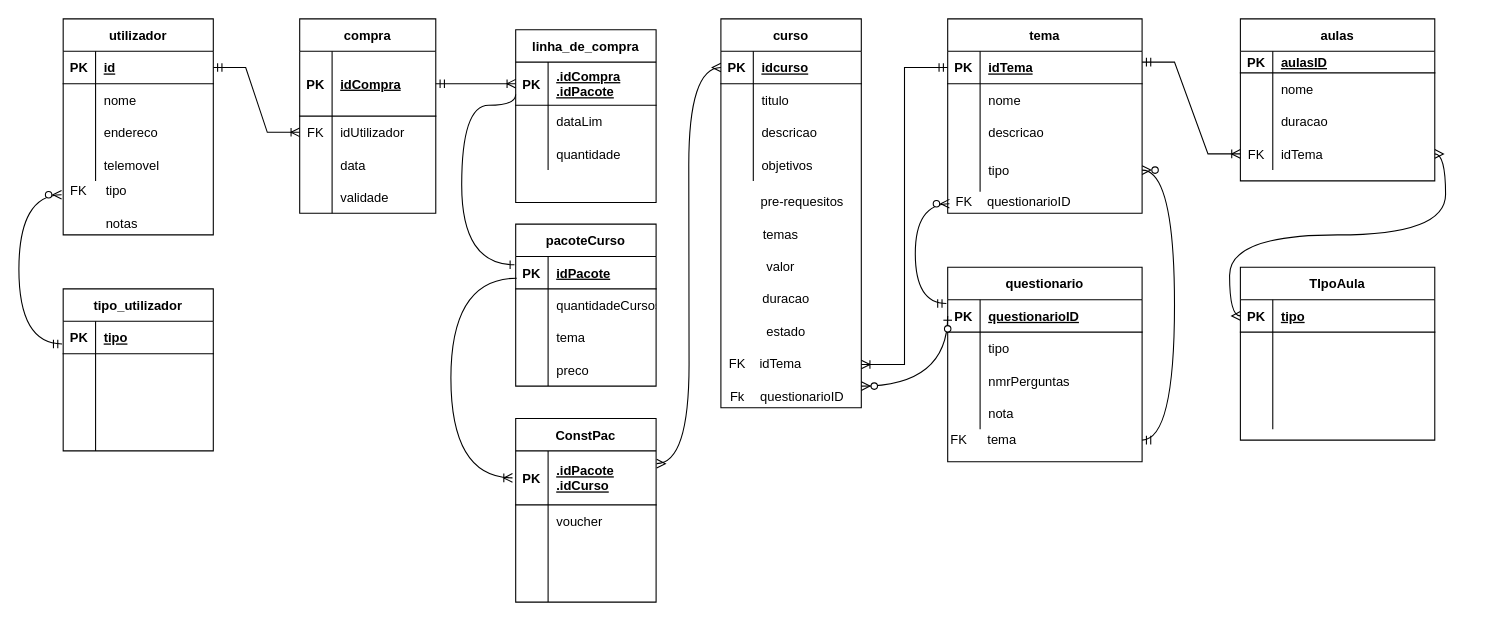
Above: baseDeDados.drawio in Fabiomesquita10/stuff (draw.io), before the change. Source tidied: cells renumbered, new cells numbered last; positions are measured from the earlier drawing's top-left corner, leaving out a move shared by most shapes. Both pictures are drawn from the tidied source at 108%, with x=0, y=0 at pixel (18, 18).
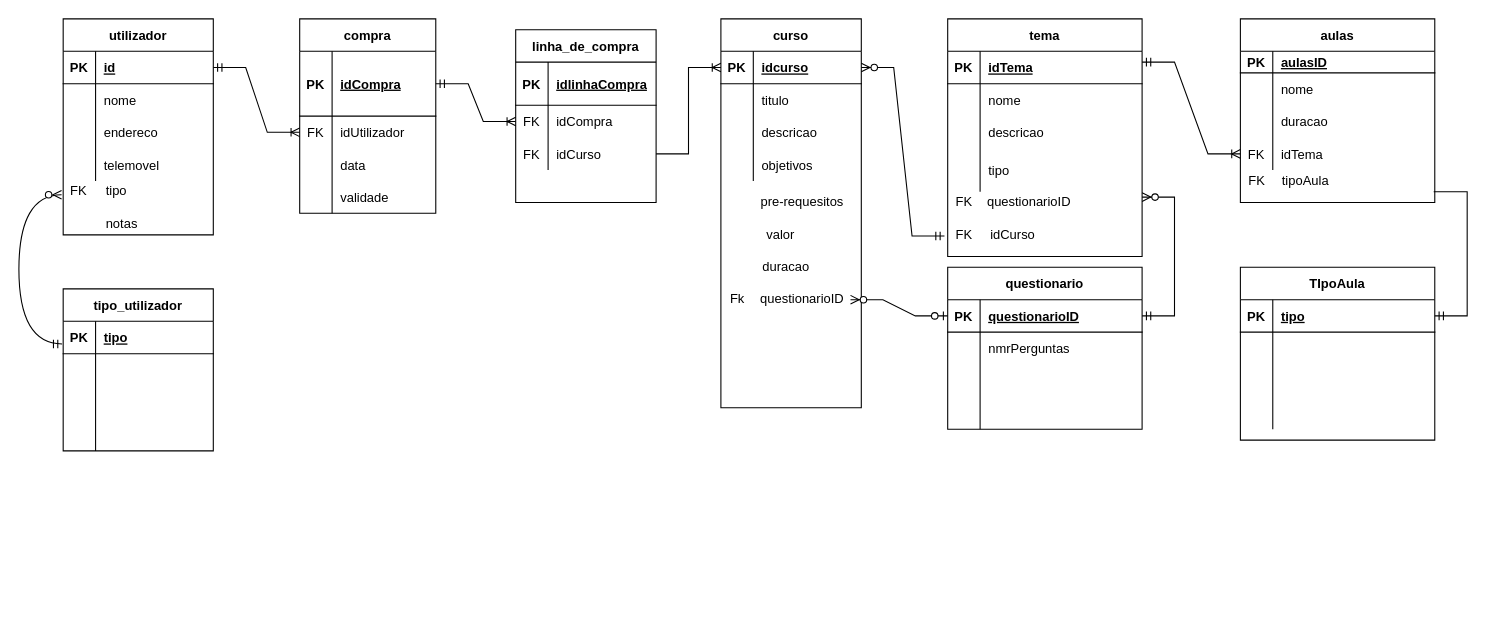
The same page after the edit.

The change refers to these unchanged cells:
```xml
<mxCell id="16" style="shape=partialRectangle;fillColor=none;top=0;left=0;bottom=1;right=0;points=[[0,0.5],[1,0.5]];portConstraint=eastwest;" parent="15" vertex="1">
  <mxGeometry y="30" width="130" height="30" as="geometry" />
</mxCell>
<mxCell id="50" style="shape=partialRectangle;fillColor=none;top=0;left=0;bottom=1;right=0;points=[[0,0.5],[1,0.5]];portConstraint=eastwest;" parent="49" vertex="1">
  <mxGeometry y="30" width="126" height="60" as="geometry" />
</mxCell>
<mxCell id="63" style="shape=partialRectangle;fillColor=none;top=0;left=0;bottom=1;right=0;points=[[0,0.5],[1,0.5]];portConstraint=eastwest;" parent="62" vertex="1">
  <mxGeometry y="30" width="130" height="40" as="geometry" />
</mxCell>
<mxCell id="66" style="shape=partialRectangle;fillColor=none;top=0;left=0;bottom=0;right=0;points=[[0,0.5],[1,0.5]];portConstraint=eastwest;" parent="62" vertex="1">
  <mxGeometry y="70" width="130" height="30" as="geometry" />
</mxCell>
<mxCell id="69" style="shape=partialRectangle;fillColor=none;top=0;left=0;bottom=0;right=0;points=[[0,0.5],[1,0.5]];portConstraint=eastwest;" parent="62" vertex="1">
  <mxGeometry y="100" width="130" height="30" as="geometry" />
</mxCell>
<mxCell id="75" style="shape=partialRectangle;fillColor=none;top=0;left=0;bottom=1;right=0;points=[[0,0.5],[1,0.5]];portConstraint=eastwest;" parent="74" vertex="1">
  <mxGeometry y="30" width="180" height="30" as="geometry" />
</mxCell>
<mxCell id="84" style="shape=partialRectangle;fillColor=none;top=0;left=0;bottom=0;right=0;points=[[0,0.5],[1,0.5]];portConstraint=eastwest;" parent="74" vertex="1">
  <mxGeometry y="120" width="180" height="40" as="geometry" />
</mxCell>
<mxCell id="97" style="shape=partialRectangle;fillColor=none;top=0;left=0;bottom=0;right=0;points=[[0,0.5],[1,0.5]];portConstraint=eastwest;" parent="87" vertex="1">
  <mxGeometry y="110" width="180" height="30" as="geometry" />
</mxCell>
<mxCell id="101" style="shape=partialRectangle;fillColor=none;top=0;left=0;bottom=1;right=0;points=[[0,0.5],[1,0.5]];portConstraint=eastwest;" parent="100" vertex="1">
  <mxGeometry y="30" width="180" height="30" as="geometry" />
</mxCell>
<mxCell id="119" style="shape=partialRectangle;fillColor=none;top=0;left=0;bottom=1;right=0;points=[[0,0.5],[1,0.5]];portConstraint=eastwest;" parent="118" vertex="1">
  <mxGeometry y="30" width="180" height="30" as="geometry" />
</mxCell>
<mxCell id="122" style="shape=partialRectangle;fillColor=none;top=0;left=0;bottom=0;right=0;" parent="118" vertex="1">
  <mxGeometry y="60" width="180" height="30" as="geometry" />
</mxCell>
<mxCell id="125" style="shape=partialRectangle;fillColor=none;top=0;left=0;bottom=0;right=0;" parent="118" vertex="1">
  <mxGeometry y="90" width="180" height="30" as="geometry" />
</mxCell>
<mxCell id="128" style="shape=partialRectangle;fillColor=none;top=0;left=0;bottom=0;right=0;" parent="118" vertex="1">
  <mxGeometry y="120" width="180" height="30" as="geometry" />
</mxCell>
<mxCell id="132" value="FK" style="text;html=1;align=center;verticalAlign=middle;points=[];strokeColor=none;fillColor=none;" parent="1" vertex="1">
  <mxGeometry x="860" y="160" width="30" height="20" as="geometry" />
</mxCell>
```

The edit, as a diff of the source:
```diff
@@
-    <mxCell id="29" value="temas" style="text;html=1;align=center;verticalAlign=middle;strokeColor=none;fillColor=none;" parent="1" vertex="1">
-      <mxGeometry x="680" y="190" width="50" height="20" as="geometry" />
-    </mxCell>
     <mxCell id="30" value="duracao" style="text;html=1;align=center;verticalAlign=middle;strokeColor=none;fillColor=none;" parent="1" vertex="1">
-      <mxGeometry x="680" y="250" width="60" height="20" as="geometry" />
+      <mxGeometry x="680" y="220" width="60" height="20" as="geometry" />
     </mxCell>
     <mxCell id="31" value="valor" style="text;html=1;align=center;verticalAlign=middle;strokeColor=none;fillColor=none;" parent="1" vertex="1">
-      <mxGeometry x="685" y="220" width="40" height="20" as="geometry" />
+      <mxGeometry x="685" y="190" width="40" height="20" as="geometry" />
     </mxCell>
-    <mxCell id="32" value="estado" style="text;html=1;align=center;verticalAlign=middle;strokeColor=none;fillColor=none;" parent="1" vertex="1">
-      <mxGeometry x="685" y="280" width="50" height="20" as="geometry" />
-    </mxCell>
@@
-    <mxCell id="65" value=".idCompra&#10;.idPacote" style="shape=partialRectangle;fillColor=none;top=0;left=0;bottom=0;right=0;align=left;spacingLeft=6;fontStyle=5;overflow=hidden;" parent="63" vertex="1">
+    <mxCell id="65" value="idlinhaCompra" style="shape=partialRectangle;fillColor=none;top=0;left=0;bottom=0;right=0;align=left;spacingLeft=6;fontStyle=5;overflow=hidden;" parent="63" vertex="1">
       <mxGeometry x="30" width="100" height="40" as="geometry" />
     </mxCell>
@@
-    <mxCell id="67" style="shape=partialRectangle;fillColor=none;top=0;left=0;bottom=0;right=0;overflow=hidden;" parent="66" vertex="1">
+    <mxCell id="67" value="FK" style="shape=partialRectangle;fillColor=none;top=0;left=0;bottom=0;right=0;overflow=hidden;" parent="66" vertex="1">
       <mxGeometry width="30" height="30" as="geometry" />
     </mxCell>
-    <mxCell id="68" value="dataLim" style="shape=partialRectangle;fillColor=none;top=0;left=0;bottom=0;right=0;align=left;spacingLeft=6;overflow=hidden;" parent="66" vertex="1">
+    <mxCell id="68" value="idCompra" style="shape=partialRectangle;fillColor=none;top=0;left=0;bottom=0;right=0;align=left;spacingLeft=6;overflow=hidden;" parent="66" vertex="1">
       <mxGeometry x="30" width="100" height="30" as="geometry" />
     </mxCell>
@@
-    <mxCell id="70" style="shape=partialRectangle;fillColor=none;top=0;left=0;bottom=0;right=0;overflow=hidden;" parent="69" vertex="1">
+    <mxCell id="70" value="FK" style="shape=partialRectangle;fillColor=none;top=0;left=0;bottom=0;right=0;overflow=hidden;" parent="69" vertex="1">
       <mxGeometry width="30" height="30" as="geometry" />
     </mxCell>
-    <mxCell id="71" value="quantidade" style="shape=partialRectangle;fillColor=none;top=0;left=0;bottom=0;right=0;align=left;spacingLeft=6;overflow=hidden;" parent="69" vertex="1">
+    <mxCell id="71" value="idCurso" style="shape=partialRectangle;fillColor=none;top=0;left=0;bottom=0;right=0;align=left;spacingLeft=6;overflow=hidden;" parent="69" vertex="1">
       <mxGeometry x="30" width="100" height="30" as="geometry" />
     </mxCell>
@@
-    <mxCell id="73" style="edgeStyle=entityRelationEdgeStyle;fontSize=12;html=1;endArrow=ERoneToMany;startArrow=ERmandOne;rounded=0;entryX=0;entryY=0.5;entryDx=0;entryDy=0;" parent="1" edge="1" source="50" target="63">
+    <mxCell id="73" style="edgeStyle=entityRelationEdgeStyle;fontSize=12;html=1;endArrow=ERoneToMany;startArrow=ERmandOne;rounded=0;entryX=0;entryY=0.5;entryDx=0;entryDy=0;" parent="1" edge="1" source="50" target="66">
       <mxGeometry relative="1" as="geometry" />
     </mxCell>
     <mxCell id="74" value="tema" style="shape=table;startSize=30;childLayout=tableLayout;rowLines=0;fontStyle=1;align=center;" parent="1" vertex="1">
-      <mxGeometry x="860" width="180" height="180" as="geometry" />
+      <mxGeometry x="860" width="180" height="220" as="geometry" />
     </mxCell>
@@
     <mxCell id="87" value="aulas" style="shape=table;startSize=30;childLayout=tableLayout;rowLines=0;fontStyle=1;align=center;" parent="1" vertex="1">
-      <mxGeometry x="1131" width="180" height="150" as="geometry" />
+      <mxGeometry x="1131" width="180" height="170" as="geometry" />
     </mxCell>
@@
-    <mxCell id="113" value="idTema" style="text;html=1;align=center;verticalAlign=middle;strokeColor=none;fillColor=none;" parent="1" vertex="1">
-      <mxGeometry x="680" y="310" width="50" height="20" as="geometry" />
-    </mxCell>
-    <mxCell id="114" value="FK" style="text;html=1;align=center;verticalAlign=middle;strokeColor=none;fillColor=none;" parent="1" vertex="1">
-      <mxGeometry x="650" y="310" width="30" height="20" as="geometry" />
-    </mxCell>
-    <mxCell id="115" style="edgeStyle=elbowEdgeStyle;fontSize=12;html=1;endArrow=ERoneToMany;startArrow=ERmandOne;rounded=0;exitX=0;exitY=0.5;exitDx=0;exitDy=0;" parent="1" edge="1" source="75">
-      <mxGeometry relative="1" as="geometry">
-        <mxPoint x="780" y="320" as="targetPoint" />
-      </mxGeometry>
-    </mxCell>
@@
-    <mxCell id="117" style="edgeStyle=orthogonalEdgeStyle;fontSize=12;html=1;endArrow=ERmany;startArrow=ERmany;rounded=0;exitX=0;exitY=0.5;exitDx=0;exitDy=0;entryX=1;entryY=0.5;entryDx=0;entryDy=0;curved=1;" parent="1" edge="1" source="101" target="97">
-      <mxGeometry relative="1" as="geometry" />
-    </mxCell>
     <mxCell id="118" value="questionario" style="shape=table;startSize=30;childLayout=tableLayout;rowLines=0;fontStyle=1;align=center;" parent="1" vertex="1">
-      <mxGeometry x="860" y="230" width="180" height="180" as="geometry" />
+      <mxGeometry x="860" y="230" width="180" height="150" as="geometry" />
     </mxCell>
@@
-    <mxCell id="124" value="tipo" style="shape=partialRectangle;fillColor=none;top=0;left=0;bottom=0;right=0;align=left;spacingLeft=6;overflow=hidden;" parent="122" vertex="1">
+    <mxCell id="124" value="nmrPerguntas" style="shape=partialRectangle;fillColor=none;top=0;left=0;bottom=0;right=0;align=left;spacingLeft=6;overflow=hidden;" parent="122" vertex="1">
       <mxGeometry x="30" width="150" height="30" as="geometry" />
     </mxCell>
@@
-    <mxCell id="127" value="nmrPerguntas" style="shape=partialRectangle;fillColor=none;top=0;left=0;bottom=0;right=0;align=left;spacingLeft=6;overflow=hidden;" parent="125" vertex="1">
+    <mxCell id="127" style="shape=partialRectangle;fillColor=none;top=0;left=0;bottom=0;right=0;align=left;spacingLeft=6;overflow=hidden;" parent="125" vertex="1">
       <mxGeometry x="30" width="150" height="30" as="geometry" />
     </mxCell>
@@
-    <mxCell id="130" value="nota" style="shape=partialRectangle;fillColor=none;top=0;left=0;bottom=0;right=0;align=left;spacingLeft=6;overflow=hidden;" parent="128" vertex="1">
+    <mxCell id="130" style="shape=partialRectangle;fillColor=none;top=0;left=0;bottom=0;right=0;align=left;spacingLeft=6;overflow=hidden;" parent="128" vertex="1">
       <mxGeometry x="30" width="150" height="30" as="geometry" />
     </mxCell>
@@
-    <mxCell id="133" style="edgeStyle=orthogonalEdgeStyle;fontSize=12;html=1;endArrow=ERzeroToMany;startArrow=ERmandOne;rounded=0;elbow=vertical;exitX=-0.007;exitY=0.117;exitDx=0;exitDy=0;entryX=0.053;entryY=0.555;entryDx=0;entryDy=0;entryPerimeter=0;curved=1;exitPerimeter=0;" parent="1" edge="1" source="119" target="132">
-      <mxGeometry relative="1" as="geometry">
-        <Array as="points">
-          <mxPoint x="830" y="264" />
-          <mxPoint x="830" y="171" />
-        </Array>
-      </mxGeometry>
-    </mxCell>
     <mxCell id="134" value="Fk" style="text;html=1;align=center;verticalAlign=middle;strokeColor=none;fillColor=none;" parent="1" vertex="1">
-      <mxGeometry x="650" y="340" width="30" height="20" as="geometry" />
+      <mxGeometry x="650" y="250" width="30" height="20" as="geometry" />
     </mxCell>
     <mxCell id="135" value="questionarioID" style="text;html=1;align=center;verticalAlign=middle;points=[];strokeColor=none;fillColor=none;" parent="1" vertex="1">
-      <mxGeometry x="680" y="340" width="90" height="20" as="geometry" />
+      <mxGeometry x="680" y="250" width="90" height="20" as="geometry" />
     </mxCell>
@@
-    <mxCell id="137" value="pacoteCurso" style="shape=table;startSize=30;childLayout=tableLayout;rowLines=0;fontStyle=1;align=center;" parent="1" vertex="1">
-      <mxGeometry x="460" y="190" width="130" height="150" as="geometry" />
-    </mxCell>
-    <mxCell id="138" style="shape=partialRectangle;fillColor=none;top=0;left=0;bottom=1;right=0;points=[[0,0.5],[1,0.5]];portConstraint=eastwest;" parent="137" vertex="1">
-      <mxGeometry y="30" width="130" height="30" as="geometry" />
-    </mxCell>
-    <mxCell id="139" value="PK" style="shape=partialRectangle;fillColor=none;top=0;left=0;bottom=0;right=0;fontStyle=1;overflow=hidden;" parent="138" vertex="1">
-      <mxGeometry width="30" height="30" as="geometry" />
-    </mxCell>
-    <mxCell id="140" value="idPacote" style="shape=partialRectangle;fillColor=none;top=0;left=0;bottom=0;right=0;align=left;spacingLeft=6;fontStyle=5;overflow=hidden;" parent="138" vertex="1">
-      <mxGeometry x="30" width="100" height="30" as="geometry" />
-    </mxCell>
-    <mxCell id="141" style="shape=partialRectangle;fillColor=none;top=0;left=0;bottom=0;right=0;" parent="137" vertex="1">
-      <mxGeometry y="60" width="130" height="30" as="geometry" />
-    </mxCell>
-    <mxCell id="142" style="shape=partialRectangle;fillColor=none;top=0;left=0;bottom=0;right=0;overflow=hidden;" parent="141" vertex="1">
-      <mxGeometry width="30" height="30" as="geometry" />
-    </mxCell>
-    <mxCell id="143" value="quantidadeCursos" style="shape=partialRectangle;fillColor=none;top=0;left=0;bottom=0;right=0;align=left;spacingLeft=6;overflow=hidden;" parent="141" vertex="1">
-      <mxGeometry x="30" width="100" height="30" as="geometry" />
-    </mxCell>
-    <mxCell id="144" style="shape=partialRectangle;fillColor=none;top=0;left=0;bottom=0;right=0;" parent="137" vertex="1">
-      <mxGeometry y="90" width="130" height="30" as="geometry" />
-    </mxCell>
-    <mxCell id="145" style="shape=partialRectangle;fillColor=none;top=0;left=0;bottom=0;right=0;overflow=hidden;" parent="144" vertex="1">
-      <mxGeometry width="30" height="30" as="geometry" />
-    </mxCell>
-    <mxCell id="146" value="tema" style="shape=partialRectangle;fillColor=none;top=0;left=0;bottom=0;right=0;align=left;spacingLeft=6;overflow=hidden;" parent="144" vertex="1">
-      <mxGeometry x="30" width="100" height="30" as="geometry" />
-    </mxCell>
-    <mxCell id="147" style="shape=partialRectangle;fillColor=none;top=0;left=0;bottom=0;right=0;" parent="137" vertex="1">
-      <mxGeometry y="120" width="130" height="30" as="geometry" />
-    </mxCell>
-    <mxCell id="148" style="shape=partialRectangle;fillColor=none;top=0;left=0;bottom=0;right=0;overflow=hidden;" parent="147" vertex="1">
-      <mxGeometry width="30" height="30" as="geometry" />
-    </mxCell>
-    <mxCell id="149" value="preco" style="shape=partialRectangle;fillColor=none;top=0;left=0;bottom=0;right=0;align=left;spacingLeft=6;overflow=hidden;" parent="147" vertex="1">
-      <mxGeometry x="30" width="100" height="30" as="geometry" />
-    </mxCell>
-    <mxCell id="150" style="edgeStyle=orthogonalEdgeStyle;fontSize=12;html=1;endArrow=ERzeroToMany;startArrow=ERzeroToOne;rounded=0;curved=1;elbow=vertical;exitX=0;exitY=0.5;exitDx=0;exitDy=0;" parent="1" edge="1" source="119">
-      <mxGeometry relative="1" as="geometry">
-        <mxPoint x="780" y="340" as="targetPoint" />
-        <Array as="points">
-          <mxPoint x="860" y="340" />
-        </Array>
-      </mxGeometry>
-    </mxCell>
-    <mxCell id="151" style="edgeStyle=orthogonalEdgeStyle;fontSize=12;html=1;endArrow=ERone;endFill=1;rounded=0;elbow=vertical;exitX=0;exitY=0.75;exitDx=0;exitDy=0;exitPerimeter=0;entryX=-0.009;entryY=0.255;entryDx=0;entryDy=0;curved=1;entryPerimeter=0;" parent="1" edge="1" source="63" target="138">
-      <mxGeometry relative="1" as="geometry">
-        <Array as="points">
-          <mxPoint x="460" y="80" />
-          <mxPoint x="410" y="80" />
-          <mxPoint x="410" y="228" />
-        </Array>
-      </mxGeometry>
-    </mxCell>
-    <mxCell id="152" value="tema" style="text;html=1;align=center;verticalAlign=middle;strokeColor=none;fillColor=none;" parent="1" vertex="1">
-      <mxGeometry x="890" y="380" width="40" height="20" as="geometry" />
-    </mxCell>
-    <mxCell id="153" value="FK" style="text;html=1;align=center;verticalAlign=middle;strokeColor=none;fillColor=none;" parent="1" vertex="1">
-      <mxGeometry x="855" y="380" width="30" height="20" as="geometry" />
-    </mxCell>
-    <mxCell id="154" style="edgeStyle=entityRelationEdgeStyle;fontSize=12;html=1;endArrow=ERzeroToMany;startArrow=ERmandOne;rounded=0;curved=1;elbow=vertical;entryX=1;entryY=0.5;entryDx=0;entryDy=0;" parent="1" edge="1" target="84">
-      <mxGeometry relative="1" as="geometry">
-        <mxPoint x="1040" y="390" as="sourcePoint" />
-      </mxGeometry>
-    </mxCell>
-    <mxCell id="155" value="ConstPac" style="shape=table;startSize=30;childLayout=tableLayout;rowLines=0;fontStyle=1;align=center;" parent="1" vertex="1">
-      <mxGeometry x="460" y="370" width="130" height="170" as="geometry" />
-    </mxCell>
-    <mxCell id="156" style="shape=partialRectangle;fillColor=none;top=0;left=0;bottom=1;right=0;points=[[0,0.5],[1,0.5]];portConstraint=eastwest;" parent="155" vertex="1">
-      <mxGeometry y="30" width="130" height="50" as="geometry" />
-    </mxCell>
-    <mxCell id="157" value="PK" style="shape=partialRectangle;fillColor=none;top=0;left=0;bottom=0;right=0;fontStyle=1;overflow=hidden;" parent="156" vertex="1">
-      <mxGeometry width="30" height="50" as="geometry" />
-    </mxCell>
-    <mxCell id="158" value=".idPacote&#10;.idCurso" style="shape=partialRectangle;fillColor=none;top=0;left=0;bottom=0;right=0;align=left;spacingLeft=6;fontStyle=5;overflow=hidden;" parent="156" vertex="1">
-      <mxGeometry x="30" width="100" height="50" as="geometry" />
-    </mxCell>
-    <mxCell id="159" style="shape=partialRectangle;fillColor=none;top=0;left=0;bottom=0;right=0;" parent="155" vertex="1">
-      <mxGeometry y="80" width="130" height="30" as="geometry" />
-    </mxCell>
-    <mxCell id="160" style="shape=partialRectangle;fillColor=none;top=0;left=0;bottom=0;right=0;overflow=hidden;" parent="159" vertex="1">
-      <mxGeometry width="30" height="30" as="geometry" />
-    </mxCell>
-    <mxCell id="161" value="voucher" style="shape=partialRectangle;fillColor=none;top=0;left=0;bottom=0;right=0;align=left;spacingLeft=6;overflow=hidden;" parent="159" vertex="1">
-      <mxGeometry x="30" width="100" height="30" as="geometry" />
-    </mxCell>
-    <mxCell id="162" style="shape=partialRectangle;fillColor=none;top=0;left=0;bottom=0;right=0;" parent="155" vertex="1">
-      <mxGeometry y="110" width="130" height="30" as="geometry" />
-    </mxCell>
-    <mxCell id="163" style="shape=partialRectangle;fillColor=none;top=0;left=0;bottom=0;right=0;overflow=hidden;" parent="162" vertex="1">
-      <mxGeometry width="30" height="30" as="geometry" />
-    </mxCell>
-    <mxCell id="164" style="shape=partialRectangle;fillColor=none;top=0;left=0;bottom=0;right=0;align=left;spacingLeft=6;overflow=hidden;" parent="162" vertex="1">
-      <mxGeometry x="30" width="100" height="30" as="geometry" />
-    </mxCell>
-    <mxCell id="165" style="shape=partialRectangle;fillColor=none;top=0;left=0;bottom=0;right=0;" parent="155" vertex="1">
-      <mxGeometry y="140" width="130" height="30" as="geometry" />
-    </mxCell>
-    <mxCell id="166" style="shape=partialRectangle;fillColor=none;top=0;left=0;bottom=0;right=0;overflow=hidden;" parent="165" vertex="1">
-      <mxGeometry width="30" height="30" as="geometry" />
-    </mxCell>
-    <mxCell id="167" style="shape=partialRectangle;fillColor=none;top=0;left=0;bottom=0;right=0;align=left;spacingLeft=6;overflow=hidden;" parent="165" vertex="1">
-      <mxGeometry x="30" width="100" height="30" as="geometry" />
-    </mxCell>
-    <mxCell id="168" style="edgeStyle=entityRelationEdgeStyle;fontSize=12;html=1;endArrow=ERmany;startArrow=ERmany;rounded=0;curved=1;elbow=vertical;exitX=1.004;exitY=0.236;exitDx=0;exitDy=0;exitPerimeter=0;" parent="1" edge="1" source="156" target="16">
-      <mxGeometry relative="1" as="geometry" />
-    </mxCell>
-    <mxCell id="169" style="edgeStyle=orthogonalEdgeStyle;fontSize=12;html=1;endArrow=ERoneToMany;rounded=0;curved=1;elbow=vertical;exitX=0.007;exitY=0.669;exitDx=0;exitDy=0;exitPerimeter=0;" parent="1" edge="1" source="138">
-      <mxGeometry relative="1" as="geometry">
-        <mxPoint x="457" y="425" as="targetPoint" />
-        <Array as="points">
-          <mxPoint x="400" y="240" />
-          <mxPoint x="400" y="425" />
-          <mxPoint x="457" y="425" />
-        </Array>
-      </mxGeometry>
-    </mxCell>
+    <mxCell id="170" style="edgeStyle=entityRelationEdgeStyle;fontSize=12;html=1;endArrow=ERoneToMany;rounded=0;exitX=1;exitY=0.5;exitDx=0;exitDy=0;entryX=0;entryY=0.5;entryDx=0;entryDy=0;" parent="1" edge="1" source="69" target="16">
+      <mxGeometry relative="1" as="geometry" />
+    </mxCell>
+    <mxCell id="171" style="edgeStyle=entityRelationEdgeStyle;fontSize=12;html=1;endArrow=ERzeroToMany;startArrow=ERzeroToOne;rounded=0;exitX=0;exitY=0.5;exitDx=0;exitDy=0;" parent="1" edge="1" source="119" target="135">
+      <mxGeometry relative="1" as="geometry" />
+    </mxCell>
+    <mxCell id="172" value="FK" style="text;html=1;align=center;verticalAlign=middle;points=[];strokeColor=none;fillColor=none;" parent="1" vertex="1">
+      <mxGeometry x="860" y="190" width="30" height="20" as="geometry" />
+    </mxCell>
+    <mxCell id="173" value="idCurso" style="text;html=1;align=center;verticalAlign=middle;strokeColor=none;fillColor=none;" parent="1" vertex="1">
+      <mxGeometry x="890" y="190" width="60" height="20" as="geometry" />
+    </mxCell>
+    <mxCell id="174" style="edgeStyle=entityRelationEdgeStyle;fontSize=12;html=1;endArrow=ERzeroToMany;startArrow=ERmandOne;rounded=0;entryX=1;entryY=0.5;entryDx=0;entryDy=0;exitX=-0.1;exitY=0.55;exitDx=0;exitDy=0;exitPerimeter=0;" parent="1" edge="1" source="172" target="16">
+      <mxGeometry relative="1" as="geometry" />
+    </mxCell>
+    <mxCell id="175" style="edgeStyle=entityRelationEdgeStyle;fontSize=12;html=1;endArrow=ERzeroToMany;startArrow=ERmandOne;rounded=0;entryX=1;entryY=0.75;entryDx=0;entryDy=0;exitX=1;exitY=0.5;exitDx=0;exitDy=0;" parent="1" edge="1" source="119" target="74">
+      <mxGeometry relative="1" as="geometry" />
+    </mxCell>
+    <mxCell id="176" value="FK" style="text;html=1;align=center;verticalAlign=middle;strokeColor=none;fillColor=none;" parent="1" vertex="1">
+      <mxGeometry x="1131" y="140" width="30" height="20" as="geometry" />
+    </mxCell>
+    <mxCell id="177" value="tipoAula" style="text;html=1;align=center;verticalAlign=middle;strokeColor=none;fillColor=none;" parent="1" vertex="1">
+      <mxGeometry x="1161" y="140" width="60" height="20" as="geometry" />
+    </mxCell>
+    <mxCell id="178" style="edgeStyle=entityRelationEdgeStyle;fontSize=12;html=1;endArrow=ERmandOne;rounded=0;" parent="1" edge="1" target="101">
+      <mxGeometry relative="1" as="geometry">
+        <mxPoint x="1310" y="160" as="sourcePoint" />
+      </mxGeometry>
+    </mxCell>
```
